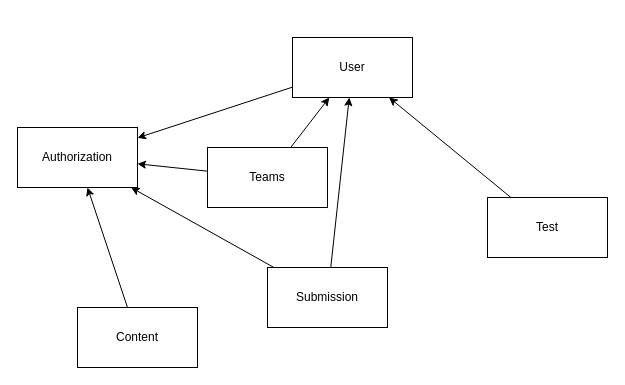
This is sketches/Q1-microservice/architecture.drawio from nponsard/rapport-polycode-s7, a draw.io file, before an edit. Source tidied: cells renumbered, new cells numbered last; positions are measured from the earlier drawing's top-left corner, leaving out a move shared by most shapes. Both pictures are drawn from the tidied source at 100%, with x=0, y=0 at pixel (17, 37).
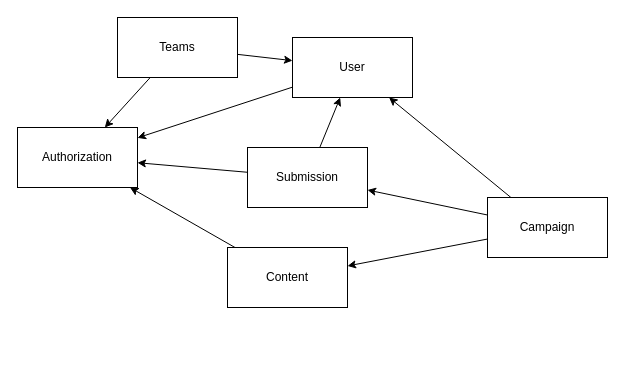
The same page after the edit.

Change to the diagram source:
```diff
@@
 <mxGraphModel>
   <root>
     <mxCell id="0" />
     <mxCell id="1" parent="0" />
     <mxCell id="2" style="edgeStyle=none;html=1;" parent="1" edge="1" source="3" target="4">
       <mxGeometry relative="1" as="geometry" />
     </mxCell>
     <mxCell id="3" value="User" style="rounded=0;whiteSpace=wrap;html=1;" parent="1" vertex="1">
       <mxGeometry x="275" width="120" height="60" as="geometry" />
     </mxCell>
     <mxCell id="4" value="Authorization" style="rounded=0;whiteSpace=wrap;html=1;" parent="1" vertex="1">
       <mxGeometry y="90" width="120" height="60" as="geometry" />
     </mxCell>
     <mxCell id="5" style="edgeStyle=none;html=1;" parent="1" edge="1" source="7" target="3">
       <mxGeometry relative="1" as="geometry" />
     </mxCell>
     <mxCell id="6" style="edgeStyle=none;html=1;" parent="1" edge="1" source="7" target="4">
       <mxGeometry relative="1" as="geometry" />
     </mxCell>
     <mxCell id="7" value="Teams" style="rounded=0;whiteSpace=wrap;html=1;" parent="1" vertex="1">
-      <mxGeometry x="190" y="110" width="120" height="60" as="geometry" />
+      <mxGeometry x="100" y="-20" width="120" height="60" as="geometry" />
     </mxCell>
     <mxCell id="8" style="edgeStyle=none;html=1;" parent="1" edge="1" source="9" target="4">
       <mxGeometry relative="1" as="geometry" />
     </mxCell>
     <mxCell id="9" value="Content" style="rounded=0;whiteSpace=wrap;html=1;" parent="1" vertex="1">
-      <mxGeometry x="60" y="270" width="120" height="60" as="geometry" />
+      <mxGeometry x="210" y="210" width="120" height="60" as="geometry" />
     </mxCell>
     <mxCell id="10" style="edgeStyle=none;html=1;" parent="1" edge="1" source="12" target="3">
       <mxGeometry relative="1" as="geometry" />
     </mxCell>
     <mxCell id="11" style="edgeStyle=none;html=1;" parent="1" edge="1" source="12" target="4">
       <mxGeometry relative="1" as="geometry" />
     </mxCell>
     <mxCell id="12" value="Submission" style="rounded=0;whiteSpace=wrap;html=1;" parent="1" vertex="1">
-      <mxGeometry x="250" y="230" width="120" height="60" as="geometry" />
+      <mxGeometry x="230" y="110" width="120" height="60" as="geometry" />
     </mxCell>
     <mxCell id="13" style="edgeStyle=none;html=1;" parent="1" edge="1" source="14" target="3">
       <mxGeometry relative="1" as="geometry" />
     </mxCell>
+    <mxCell id="15" style="edgeStyle=none;html=1;" parent="1" edge="1" source="14" target="12">
+      <mxGeometry relative="1" as="geometry" />
+    </mxCell>
+    <mxCell id="16" style="edgeStyle=none;html=1;" parent="1" edge="1" source="14" target="9">
+      <mxGeometry relative="1" as="geometry" />
+    </mxCell>
-    <mxCell id="14" value="Test" style="rounded=0;whiteSpace=wrap;html=1;" parent="1" vertex="1">
+    <mxCell id="14" value="Campaign" style="rounded=0;whiteSpace=wrap;html=1;" parent="1" vertex="1">
       <mxGeometry x="470" y="160" width="120" height="60" as="geometry" />
     </mxCell>
   </root>
 </mxGraphModel>
```
